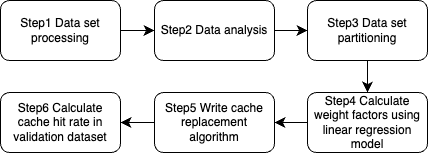
The draw.io diagram solution_flow.drawio.png in cifiyoo/hwt-project, before a commit. Source tidied: cells renumbered, new cells last; positions are measured from the earlier drawing's top-left corner, leaving out a move shared by most shapes. The source it was exported from:
```xml
<mxGraphModel>
  <root>
    <mxCell id="0" />
    <mxCell id="1" parent="0" />
    <mxCell id="2" style="edgeStyle=none;curved=1;rounded=0;jettySize=auto;html=1;fontSize=12;startSize=8;endSize=8;entryX=0;entryY=0.5;entryDx=0;entryDy=0;" parent="1" edge="1" source="3" target="5">
      <mxGeometry relative="1" as="geometry" />
    </mxCell>
    <mxCell id="3" value="Step1 Data set processing" style="rounded=1;whiteSpace=wrap;html=1;" parent="1" vertex="1">
      <mxGeometry width="120" height="60" as="geometry" />
    </mxCell>
    <mxCell id="4" style="edgeStyle=none;curved=1;rounded=0;jettySize=auto;html=1;exitX=1;exitY=0.5;exitDx=0;exitDy=0;entryX=0;entryY=0.5;entryDx=0;entryDy=0;fontSize=12;startSize=8;endSize=8;" parent="1" edge="1" source="5" target="7">
      <mxGeometry relative="1" as="geometry" />
    </mxCell>
    <mxCell id="5" value="Step2 Data analysis" style="rounded=1;whiteSpace=wrap;html=1;" parent="1" vertex="1">
      <mxGeometry x="154" width="120" height="60" as="geometry" />
    </mxCell>
    <mxCell id="6" style="edgeStyle=none;curved=1;rounded=0;jettySize=auto;html=1;exitX=0.5;exitY=1;exitDx=0;exitDy=0;entryX=0.5;entryY=0;entryDx=0;entryDy=0;fontSize=12;startSize=8;endSize=8;" parent="1" edge="1" source="7" target="9">
      <mxGeometry relative="1" as="geometry" />
    </mxCell>
    <mxCell id="7" value="Step3 Data set partitioning" style="rounded=1;whiteSpace=wrap;html=1;" parent="1" vertex="1">
      <mxGeometry x="307" width="120" height="60" as="geometry" />
    </mxCell>
    <mxCell id="8" style="edgeStyle=none;curved=1;rounded=0;jettySize=auto;html=1;exitX=0;exitY=0.5;exitDx=0;exitDy=0;entryX=1;entryY=0.5;entryDx=0;entryDy=0;fontSize=12;startSize=8;endSize=8;" parent="1" edge="1" source="9" target="11">
      <mxGeometry relative="1" as="geometry" />
    </mxCell>
    <mxCell id="9" value="Step4 Calculate weight factors using linear regression model" style="rounded=1;whiteSpace=wrap;html=1;" parent="1" vertex="1">
      <mxGeometry x="307" y="92" width="120" height="60" as="geometry" />
    </mxCell>
    <mxCell id="10" style="edgeStyle=none;curved=1;rounded=0;jettySize=auto;html=1;exitX=0;exitY=0.5;exitDx=0;exitDy=0;entryX=1;entryY=0.5;entryDx=0;entryDy=0;fontSize=12;startSize=8;endSize=8;" parent="1" edge="1" source="11" target="12">
      <mxGeometry relative="1" as="geometry" />
    </mxCell>
    <mxCell id="11" value="Step5 Write cache replacement algorithm" style="rounded=1;whiteSpace=wrap;html=1;" parent="1" vertex="1">
      <mxGeometry x="154" y="92" width="120" height="60" as="geometry" />
    </mxCell>
    <mxCell id="12" value="Step6 Calculate cache hit rate in validation dataset" style="rounded=1;whiteSpace=wrap;html=1;" parent="1" vertex="1">
      <mxGeometry y="92" width="120" height="60" as="geometry" />
    </mxCell>
  </root>
</mxGraphModel>
```
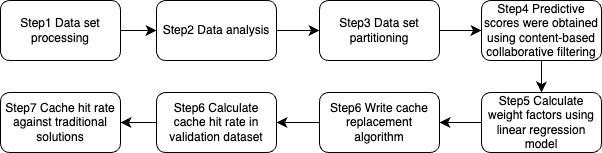
The same diagram one commit later.

The edit, as a diff of the source:
```diff
@@ -6,7 +6,7 @@
       <mxGeometry relative="1" as="geometry" />
     </mxCell>
     <mxCell id="3" value="Step1 Data set processing" style="rounded=1;whiteSpace=wrap;html=1;" parent="1" vertex="1">
-      <mxGeometry width="120" height="60" as="geometry" />
+      <mxGeometry x="-2" width="120" height="60" as="geometry" />
     </mxCell>
     <mxCell id="4" style="edgeStyle=none;curved=1;rounded=0;jettySize=auto;html=1;exitX=1;exitY=0.5;exitDx=0;exitDy=0;entryX=0;entryY=0.5;entryDx=0;entryDy=0;fontSize=12;startSize=8;endSize=8;" parent="1" edge="1" source="5" target="7">
       <mxGeometry relative="1" as="geometry" />
@@ -14,26 +14,38 @@
     <mxCell id="5" value="Step2 Data analysis" style="rounded=1;whiteSpace=wrap;html=1;" parent="1" vertex="1">
       <mxGeometry x="154" width="120" height="60" as="geometry" />
     </mxCell>
-    <mxCell id="6" style="edgeStyle=none;curved=1;rounded=0;jettySize=auto;html=1;exitX=0.5;exitY=1;exitDx=0;exitDy=0;entryX=0.5;entryY=0;entryDx=0;entryDy=0;fontSize=12;startSize=8;endSize=8;" parent="1" edge="1" source="7" target="9">
-      <mxGeometry relative="1" as="geometry" />
-    </mxCell>
+    <mxCell id="13" style="edgeStyle=none;curved=1;rounded=0;jettySize=auto;html=1;fontSize=12;startSize=8;endSize=8;" parent="1" edge="1" source="7" target="16">
+      <mxGeometry relative="1" as="geometry" />
+    </mxCell>
     <mxCell id="7" value="Step3 Data set partitioning" style="rounded=1;whiteSpace=wrap;html=1;" parent="1" vertex="1">
-      <mxGeometry x="307" width="120" height="60" as="geometry" />
+      <mxGeometry x="317" width="120" height="60" as="geometry" />
     </mxCell>
     <mxCell id="8" style="edgeStyle=none;curved=1;rounded=0;jettySize=auto;html=1;exitX=0;exitY=0.5;exitDx=0;exitDy=0;entryX=1;entryY=0.5;entryDx=0;entryDy=0;fontSize=12;startSize=8;endSize=8;" parent="1" edge="1" source="9" target="11">
       <mxGeometry relative="1" as="geometry" />
     </mxCell>
-    <mxCell id="9" value="Step4 Calculate weight factors using linear regression model" style="rounded=1;whiteSpace=wrap;html=1;" parent="1" vertex="1">
-      <mxGeometry x="307" y="92" width="120" height="60" as="geometry" />
+    <mxCell id="9" value="Step5 Calculate weight factors using linear regression model" style="rounded=1;whiteSpace=wrap;html=1;" parent="1" vertex="1">
+      <mxGeometry x="479" y="92" width="120" height="60" as="geometry" />
     </mxCell>
     <mxCell id="10" style="edgeStyle=none;curved=1;rounded=0;jettySize=auto;html=1;exitX=0;exitY=0.5;exitDx=0;exitDy=0;entryX=1;entryY=0.5;entryDx=0;entryDy=0;fontSize=12;startSize=8;endSize=8;" parent="1" edge="1" source="11" target="12">
       <mxGeometry relative="1" as="geometry" />
     </mxCell>
-    <mxCell id="11" value="Step5 Write cache replacement algorithm" style="rounded=1;whiteSpace=wrap;html=1;" parent="1" vertex="1">
-      <mxGeometry x="154" y="92" width="120" height="60" as="geometry" />
+    <mxCell id="11" value="Step6 Write cache replacement algorithm" style="rounded=1;whiteSpace=wrap;html=1;" parent="1" vertex="1">
+      <mxGeometry x="317" y="92" width="120" height="60" as="geometry" />
     </mxCell>
+    <mxCell id="14" style="edgeStyle=none;curved=1;rounded=0;jettySize=auto;html=1;fontSize=12;startSize=8;endSize=8;" parent="1" edge="1" source="12" target="17">
+      <mxGeometry relative="1" as="geometry" />
+    </mxCell>
     <mxCell id="12" value="Step6 Calculate cache hit rate in validation dataset" style="rounded=1;whiteSpace=wrap;html=1;" parent="1" vertex="1">
-      <mxGeometry y="92" width="120" height="60" as="geometry" />
+      <mxGeometry x="154" y="92" width="120" height="60" as="geometry" />
     </mxCell>
+    <mxCell id="15" style="edgeStyle=none;curved=1;rounded=0;jettySize=auto;html=1;exitX=0.5;exitY=1;exitDx=0;exitDy=0;entryX=0.5;entryY=0;entryDx=0;entryDy=0;fontSize=12;startSize=8;endSize=8;" parent="1" edge="1" source="16" target="9">
+      <mxGeometry relative="1" as="geometry" />
+    </mxCell>
+    <mxCell id="16" value="Step4 Predictive scores were obtained using content-based collaborative filtering" style="rounded=1;whiteSpace=wrap;html=1;" parent="1" vertex="1">
+      <mxGeometry x="479" width="120" height="60" as="geometry" />
+    </mxCell>
+    <mxCell id="17" value="Step7 Cache hit rate against traditional solutions" style="rounded=1;whiteSpace=wrap;html=1;" parent="1" vertex="1">
+      <mxGeometry x="-2" y="92" width="120" height="60" as="geometry" />
+    </mxCell>
   </root>
 </mxGraphModel>
```
